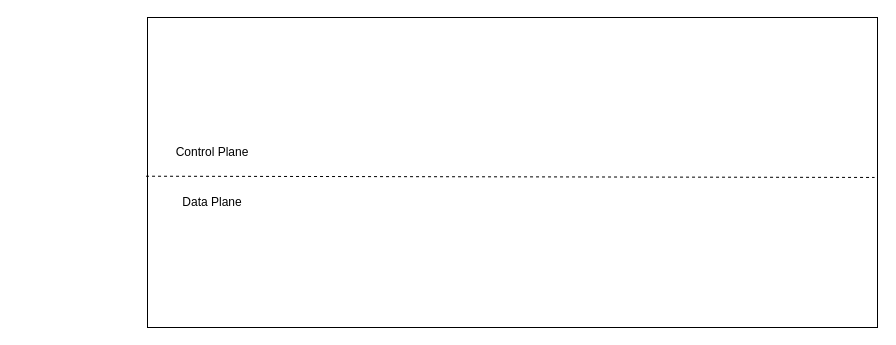
Before: zta_overview.drawio in Norton-Lin/Picture, a draw.io diagram. Source tidied: cells renumbered, new cells numbered last; positions are measured from the earlier drawing's top-left corner, leaving out a move shared by most shapes. Both pictures are drawn from the tidied source at 100%, with x=0, y=0 at pixel (147, 17).
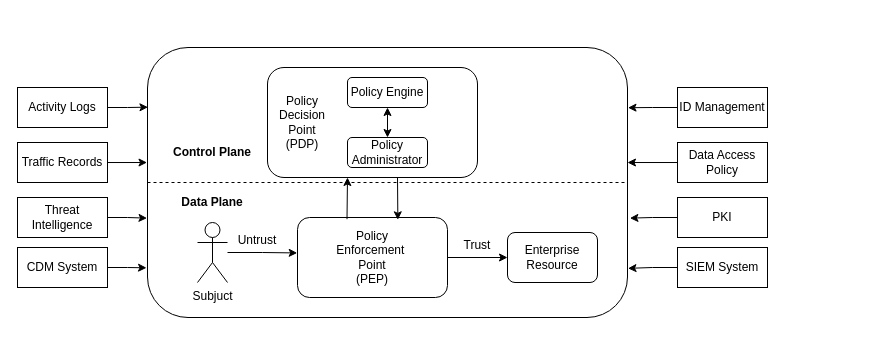
Above is the later version.

Change to the diagram source:
```diff
@@
-    <mxCell id="2" style="rounded=0;whiteSpace=wrap;html=1;" parent="1" vertex="1">
-      <mxGeometry width="730" height="310" as="geometry" />
-    </mxCell>
+    <mxCell id="6" style="rounded=1;whiteSpace=wrap;html=1;" parent="1" vertex="1">
+      <mxGeometry y="30" width="480" height="270" as="geometry" />
+    </mxCell>
-    <mxCell id="3" style="endArrow=none;dashed=1;html=1;rounded=0;exitX=-0.002;exitY=0.512;exitDx=0;exitDy=0;exitPerimeter=0;entryX=0.996;entryY=0.516;entryDx=0;entryDy=0;entryPerimeter=0;" parent="1" edge="1" source="2" target="2">
+    <mxCell id="3" style="endArrow=none;dashed=1;html=1;rounded=0;exitX=0;exitY=0.5;exitDx=0;exitDy=0;entryX=1;entryY=0.5;entryDx=0;entryDy=0;" parent="1" edge="1" source="6" target="6">
       <mxGeometry relative="1" as="geometry" />
     </mxCell>
-    <mxCell id="4" value="Control Plane" style="text;html=1;align=center;verticalAlign=middle;whiteSpace=wrap;rounded=0;" parent="1" vertex="1">
+    <mxCell id="4" value="&lt;b&gt;Control Plane&lt;/b&gt;" style="text;html=1;align=center;verticalAlign=middle;whiteSpace=wrap;rounded=0;" parent="1" vertex="1">
       <mxGeometry x="10" y="120" width="110" height="30" as="geometry" />
     </mxCell>
-    <mxCell id="5" value="Data Plane" style="text;html=1;align=center;verticalAlign=middle;whiteSpace=wrap;rounded=0;" parent="1" vertex="1">
+    <mxCell id="5" value="&lt;b&gt;Data Plane&lt;/b&gt;" style="text;html=1;align=center;verticalAlign=middle;whiteSpace=wrap;rounded=0;" parent="1" vertex="1">
       <mxGeometry x="10" y="170" width="110" height="30" as="geometry" />
     </mxCell>
+    <mxCell id="7" style="rounded=1;whiteSpace=wrap;html=1;" parent="1" vertex="1">
+      <mxGeometry x="120" y="50" width="210" height="110" as="geometry" />
+    </mxCell>
+    <mxCell id="8" value="Policy Decision Point&lt;div&gt;(PDP)&lt;/div&gt;" style="text;html=1;align=center;verticalAlign=middle;whiteSpace=wrap;rounded=0;" parent="1" vertex="1">
+      <mxGeometry x="120" y="80" width="70" height="50" as="geometry" />
+    </mxCell>
+    <mxCell id="9" style="edgeStyle=orthogonalEdgeStyle;rounded=0;jettySize=auto;html=1;" parent="1" edge="1" source="10" target="15">
+      <mxGeometry relative="1" as="geometry" />
+    </mxCell>
+    <mxCell id="10" value="Policy&lt;div&gt;Enforcement&amp;nbsp;&lt;/div&gt;&lt;div&gt;Point&lt;div&gt;(PEP)&lt;/div&gt;&lt;/div&gt;" style="rounded=1;whiteSpace=wrap;html=1;" parent="1" vertex="1">
+      <mxGeometry x="150" y="200" width="150" height="80" as="geometry" />
+    </mxCell>
+    <mxCell id="11" value="Policy Engine" style="rounded=1;whiteSpace=wrap;html=1;" parent="1" vertex="1">
+      <mxGeometry x="200" y="60" width="80" height="30" as="geometry" />
+    </mxCell>
+    <mxCell id="12" value="Policy Administrator" style="rounded=1;whiteSpace=wrap;html=1;" parent="1" vertex="1">
+      <mxGeometry x="200" y="120" width="80" height="30" as="geometry" />
+    </mxCell>
+    <mxCell id="13" style="endArrow=classic;html=1;rounded=0;exitX=0.33;exitY=0.021;exitDx=0;exitDy=0;exitPerimeter=0;" parent="1" edge="1" source="10">
+      <mxGeometry relative="1" as="geometry">
+        <mxPoint x="200" y="160" as="targetPoint" />
+      </mxGeometry>
+    </mxCell>
+    <mxCell id="14" style="endArrow=classic;html=1;rounded=0;entryX=0.669;entryY=0.029;entryDx=0;entryDy=0;entryPerimeter=0;" parent="1" edge="1" target="10">
+      <mxGeometry relative="1" as="geometry">
+        <mxPoint x="250" y="160" as="sourcePoint" />
+      </mxGeometry>
+    </mxCell>
+    <mxCell id="15" value="Enterprise&lt;div&gt;Resource&lt;/div&gt;" style="rounded=1;whiteSpace=wrap;html=1;" parent="1" vertex="1">
+      <mxGeometry x="360" y="215" width="90" height="50" as="geometry" />
+    </mxCell>
+    <mxCell id="16" value="Trust" style="text;html=1;align=center;verticalAlign=middle;whiteSpace=wrap;rounded=0;" parent="1" vertex="1">
+      <mxGeometry x="300" y="210" width="60" height="35" as="geometry" />
+    </mxCell>
+    <mxCell id="17" value="Subjuct" style="shape=umlActor;verticalLabelPosition=bottom;verticalAlign=top;html=1;outlineConnect=0;" parent="1" vertex="1">
+      <mxGeometry x="50" y="205" width="30" height="60" as="geometry" />
+    </mxCell>
+    <mxCell id="18" style="edgeStyle=orthogonalEdgeStyle;rounded=0;jettySize=auto;html=1;entryX=-0.002;entryY=0.443;entryDx=0;entryDy=0;entryPerimeter=0;" parent="1" edge="1" source="17" target="10">
+      <mxGeometry relative="1" as="geometry" />
+    </mxCell>
+    <mxCell id="19" value="Untrust" style="text;html=1;align=center;verticalAlign=middle;whiteSpace=wrap;rounded=0;" parent="1" vertex="1">
+      <mxGeometry x="80" y="205" width="60" height="35" as="geometry" />
+    </mxCell>
+    <mxCell id="20" style="endArrow=classic;startArrow=classic;html=1;rounded=0;entryX=0.5;entryY=1;entryDx=0;entryDy=0;exitX=0.5;exitY=0;exitDx=0;exitDy=0;" parent="1" edge="1" source="12" target="11">
+      <mxGeometry relative="1" as="geometry" />
+    </mxCell>
+    <mxCell id="21" value="Traffic Records" style="rounded=0;whiteSpace=wrap;html=1;" parent="1" vertex="1">
+      <mxGeometry x="-130" y="125" width="90" height="40" as="geometry" />
+    </mxCell>
+    <mxCell id="22" value="Threat Intelligence" style="rounded=0;whiteSpace=wrap;html=1;" parent="1" vertex="1">
+      <mxGeometry x="-130" y="180" width="90" height="40" as="geometry" />
+    </mxCell>
+    <mxCell id="23" value="CDM System" style="rounded=0;whiteSpace=wrap;html=1;" parent="1" vertex="1">
+      <mxGeometry x="-130" y="230" width="90" height="40" as="geometry" />
+    </mxCell>
+    <mxCell id="24" value="Activity Logs" style="rounded=0;whiteSpace=wrap;html=1;" parent="1" vertex="1">
+      <mxGeometry x="-130" y="70" width="90" height="40" as="geometry" />
+    </mxCell>
+    <mxCell id="25" value="Data Access&lt;div&gt;Policy&lt;/div&gt;" style="rounded=0;whiteSpace=wrap;html=1;" parent="1" vertex="1">
+      <mxGeometry x="530" y="125" width="90" height="40" as="geometry" />
+    </mxCell>
+    <mxCell id="26" value="PKI" style="rounded=0;whiteSpace=wrap;html=1;" parent="1" vertex="1">
+      <mxGeometry x="530" y="180" width="90" height="40" as="geometry" />
+    </mxCell>
+    <mxCell id="27" value="SIEM System" style="rounded=0;whiteSpace=wrap;html=1;" parent="1" vertex="1">
+      <mxGeometry x="530" y="230" width="90" height="40" as="geometry" />
+    </mxCell>
+    <mxCell id="28" value="ID Management" style="rounded=0;whiteSpace=wrap;html=1;" parent="1" vertex="1">
+      <mxGeometry x="530" y="70" width="90" height="40" as="geometry" />
+    </mxCell>
+    <mxCell id="29" style="edgeStyle=orthogonalEdgeStyle;rounded=0;jettySize=auto;html=1;entryX=0.001;entryY=0.221;entryDx=0;entryDy=0;entryPerimeter=0;" parent="1" edge="1" source="24" target="6">
+      <mxGeometry relative="1" as="geometry" />
+    </mxCell>
+    <mxCell id="30" style="edgeStyle=orthogonalEdgeStyle;rounded=0;jettySize=auto;html=1;entryX=-0.001;entryY=0.426;entryDx=0;entryDy=0;entryPerimeter=0;" parent="1" edge="1" source="21" target="6">
+      <mxGeometry relative="1" as="geometry" />
+    </mxCell>
+    <mxCell id="31" style="edgeStyle=orthogonalEdgeStyle;rounded=0;jettySize=auto;html=1;entryX=-0.001;entryY=0.632;entryDx=0;entryDy=0;entryPerimeter=0;" parent="1" edge="1" source="22" target="6">
+      <mxGeometry relative="1" as="geometry" />
+    </mxCell>
+    <mxCell id="32" style="edgeStyle=orthogonalEdgeStyle;rounded=0;jettySize=auto;html=1;entryX=-0.002;entryY=0.816;entryDx=0;entryDy=0;entryPerimeter=0;" parent="1" edge="1" source="23" target="6">
+      <mxGeometry relative="1" as="geometry" />
+    </mxCell>
+    <mxCell id="33" style="edgeStyle=orthogonalEdgeStyle;rounded=0;jettySize=auto;html=1;entryX=1.001;entryY=0.223;entryDx=0;entryDy=0;entryPerimeter=0;" parent="1" edge="1" source="28" target="6">
+      <mxGeometry relative="1" as="geometry" />
+    </mxCell>
+    <mxCell id="34" style="edgeStyle=orthogonalEdgeStyle;rounded=0;jettySize=auto;html=1;entryX=1;entryY=0.426;entryDx=0;entryDy=0;entryPerimeter=0;" parent="1" edge="1" source="25" target="6">
+      <mxGeometry relative="1" as="geometry" />
+    </mxCell>
+    <mxCell id="35" style="edgeStyle=orthogonalEdgeStyle;rounded=0;jettySize=auto;html=1;entryX=1.005;entryY=0.632;entryDx=0;entryDy=0;entryPerimeter=0;" parent="1" edge="1" source="26" target="6">
+      <mxGeometry relative="1" as="geometry" />
+    </mxCell>
+    <mxCell id="36" style="edgeStyle=orthogonalEdgeStyle;rounded=0;jettySize=auto;html=1;entryX=1.001;entryY=0.818;entryDx=0;entryDy=0;entryPerimeter=0;" parent="1" edge="1" source="27" target="6">
+      <mxGeometry relative="1" as="geometry" />
+    </mxCell>
```
